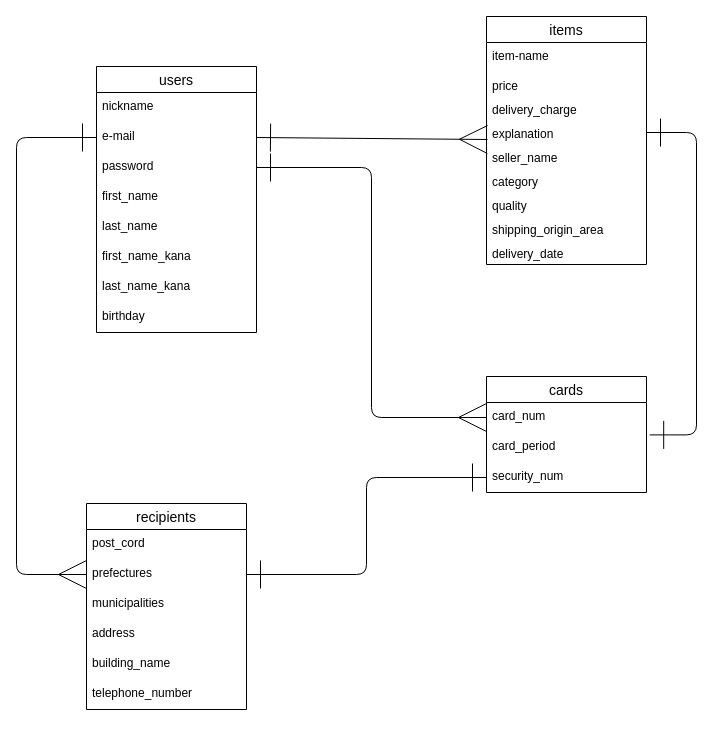
yoppy44/furima-39513 keeps this draw.io diagram as furima-39513.dio. Above is the earlier version. Source tidied: cells renumbered, new cells numbered last; positions are measured from the earlier drawing's top-left corner, leaving out a move shared by most shapes. Both pictures are drawn from the tidied source at 100%, with x=0, y=0 at pixel (16, 16).
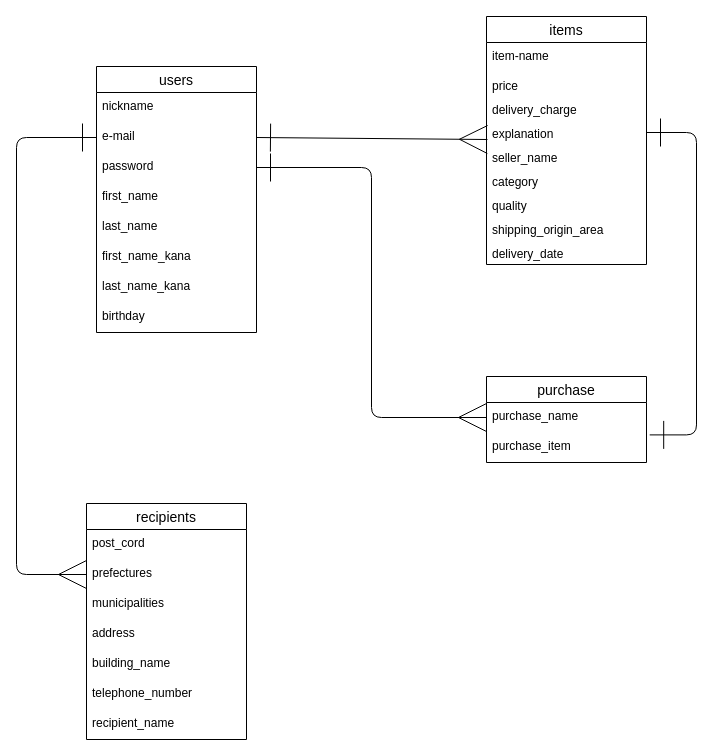
After the change.

Commit message (it also covers changes not shown here):
README記述の修正’

The change refers to these unchanged cells:
```xml
<mxCell id="27" value="prefectures" style="text;strokeColor=none;fillColor=none;spacingLeft=4;spacingRight=4;overflow=hidden;points=[[0,0.5],[1,0.5]];portConstraint=eastwest;fontSize=12;fontFamily=Helvetica;fontColor=default;startSize=26;" parent="25" vertex="1">
  <mxGeometry y="56" width="160" height="30" as="geometry" />
</mxCell>
```

The edit, as a diff of the source:
```diff
@@
-    <mxCell id="21" value="cards" style="swimlane;fontStyle=0;horizontal=1;startSize=26;align=center;fontSize=14;strokeColor=default;fontFamily=Helvetica;fontColor=default;fillColor=default;" parent="1" vertex="1">
-      <mxGeometry x="470" y="360" width="160" height="116" as="geometry" />
+    <mxCell id="21" value="purchase" style="swimlane;fontStyle=0;horizontal=1;startSize=26;align=center;fontSize=14;strokeColor=default;fontFamily=Helvetica;fontColor=default;fillColor=default;" parent="1" vertex="1">
+      <mxGeometry x="470" y="360" width="160" height="86" as="geometry" />
     </mxCell>
-    <mxCell id="22" value="card_num" style="text;strokeColor=none;fillColor=none;spacingLeft=4;spacingRight=4;overflow=hidden;points=[[0,0.5],[1,0.5]];portConstraint=eastwest;fontSize=12;fontFamily=Helvetica;fontColor=default;startSize=26;" parent="21" vertex="1">
+    <mxCell id="22" value="purchase_name" style="text;strokeColor=none;fillColor=none;spacingLeft=4;spacingRight=4;overflow=hidden;points=[[0,0.5],[1,0.5]];portConstraint=eastwest;fontSize=12;fontFamily=Helvetica;fontColor=default;startSize=26;" parent="21" vertex="1">
       <mxGeometry y="26" width="160" height="30" as="geometry" />
     </mxCell>
-    <mxCell id="23" value="card_period" style="text;strokeColor=none;fillColor=none;spacingLeft=4;spacingRight=4;overflow=hidden;points=[[0,0.5],[1,0.5]];portConstraint=eastwest;fontSize=12;fontFamily=Helvetica;fontColor=default;startSize=26;" parent="21" vertex="1">
+    <mxCell id="23" value="purchase_item" style="text;strokeColor=none;fillColor=none;spacingLeft=4;spacingRight=4;overflow=hidden;points=[[0,0.5],[1,0.5]];portConstraint=eastwest;fontSize=12;fontFamily=Helvetica;fontColor=default;startSize=26;" parent="21" vertex="1">
       <mxGeometry y="56" width="160" height="30" as="geometry" />
     </mxCell>
-    <mxCell id="24" value="security_num" style="text;strokeColor=none;fillColor=none;spacingLeft=4;spacingRight=4;overflow=hidden;points=[[0,0.5],[1,0.5]];portConstraint=eastwest;fontSize=12;fontFamily=Helvetica;fontColor=default;startSize=26;" parent="21" vertex="1">
-      <mxGeometry y="86" width="160" height="30" as="geometry" />
-    </mxCell>
     <mxCell id="25" value="recipients" style="swimlane;fontStyle=0;horizontal=1;startSize=26;align=center;fontSize=14;strokeColor=default;fontFamily=Helvetica;fontColor=default;fillColor=default;" parent="1" vertex="1">
-      <mxGeometry x="70" y="487" width="160" height="206" as="geometry" />
+      <mxGeometry x="70" y="487" width="160" height="236" as="geometry" />
     </mxCell>
@@
-    <mxCell id="32" style="edgeStyle=orthogonalEdgeStyle;html=1;exitX=1;exitY=0.5;exitDx=0;exitDy=0;fontFamily=Helvetica;fontSize=14;fontColor=default;startArrow=ERone;startFill=0;endArrow=ERone;endFill=0;startSize=26;endSize=26;entryX=0;entryY=0.5;entryDx=0;entryDy=0;" parent="1" edge="1" source="27" target="24">
-      <mxGeometry relative="1" as="geometry" />
-    </mxCell>
+    <mxCell id="37" value="recipient_name" style="text;strokeColor=none;fillColor=none;spacingLeft=4;spacingRight=4;overflow=hidden;fontSize=12;fontFamily=Helvetica;fontColor=default;startSize=26;" parent="25" vertex="1">
+      <mxGeometry y="206" width="160" height="30" as="geometry" />
+    </mxCell>
```
